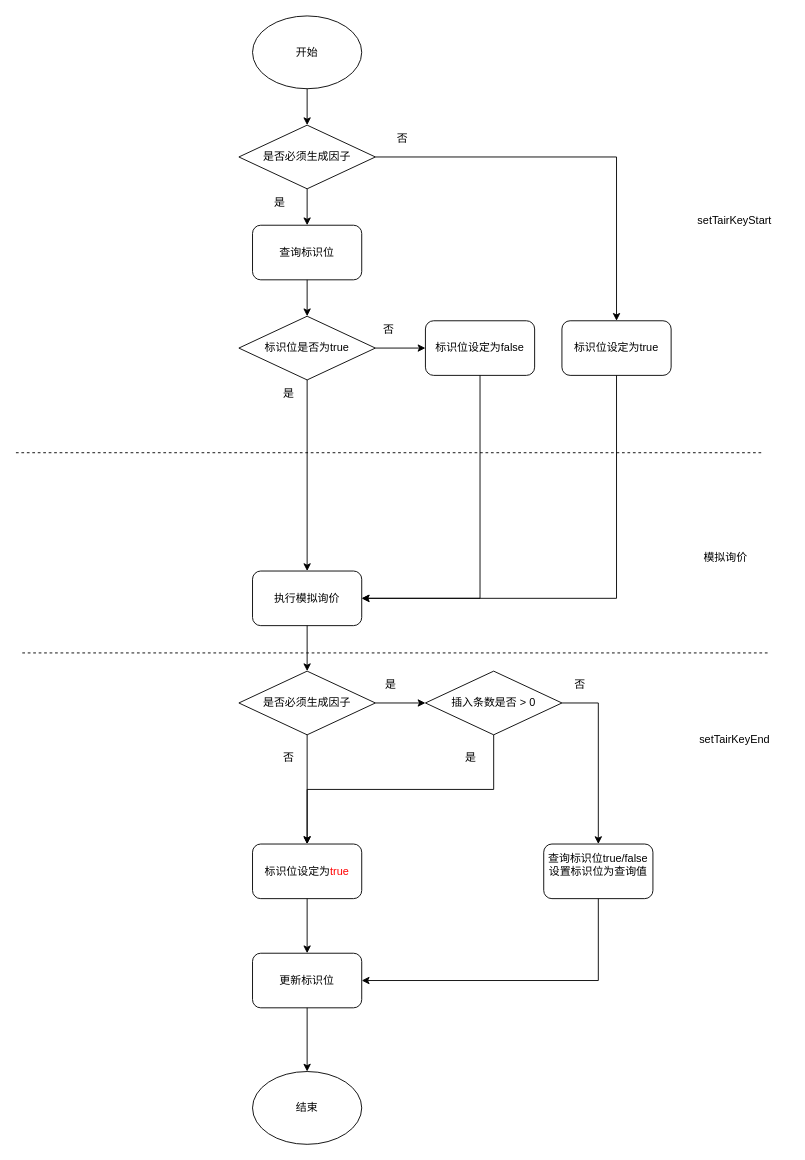
This is 组网标识位设定流程 的副本.drawio from heyrry/hello, a draw.io file, before an edit. Source tidied: cells renumbered, new cells numbered last; positions are measured from the earlier drawing's top-left corner, leaving out a move shared by most shapes. Both pictures are drawn from the tidied source at 91%, with x=0, y=0 at pixel (15, 15).
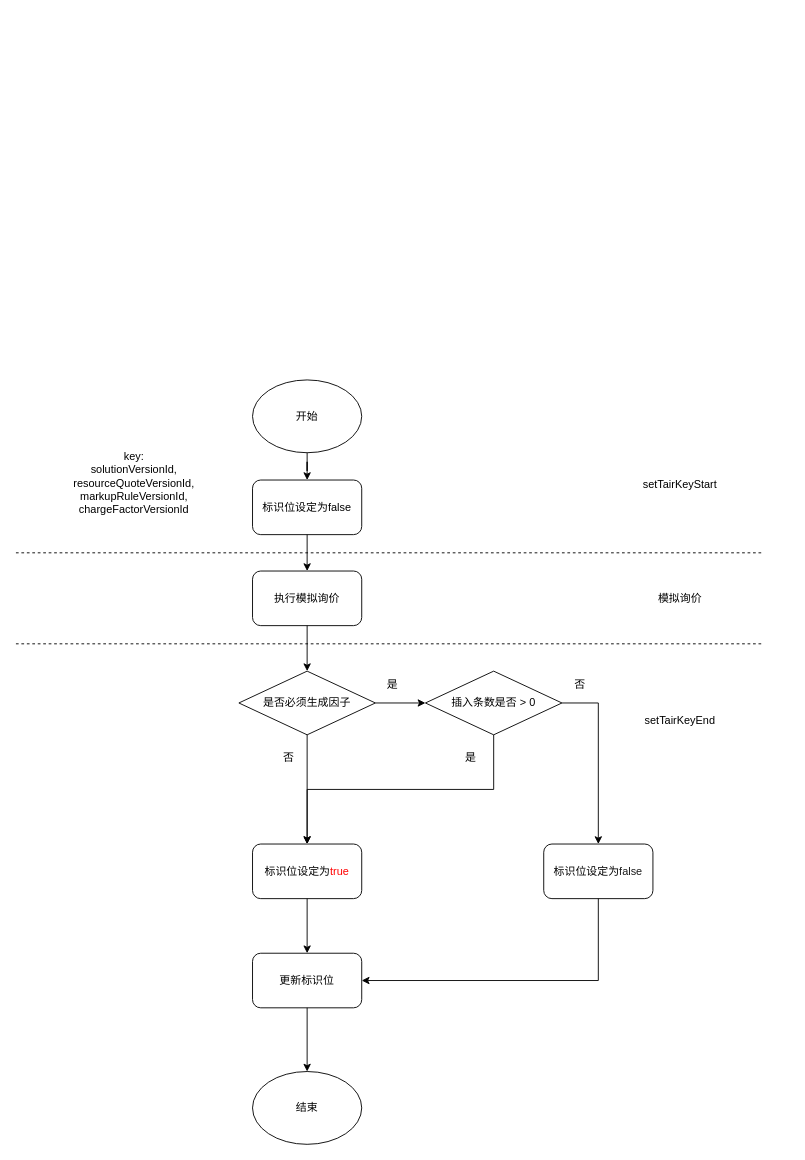
The same page after the edit.

Commit message:
已添加 组网标识位设定流程 的副本.drawio

The change refers to these unchanged cells:
```xml
<mxCell id="22" value="执行模拟询价" style="rounded=1;whiteSpace=wrap;html=1;fillColor=none;" parent="1" vertex="1">
  <mxGeometry x="260" y="610" width="120" height="60" as="geometry" />
</mxCell>
```

The edit, as a diff of the source:
```diff
@@
-    <mxCell id="2" style="edgeStyle=orthogonalEdgeStyle;rounded=0;jettySize=auto;html=1;exitX=0.5;exitY=1;exitDx=0;exitDy=0;entryX=0.5;entryY=0;entryDx=0;entryDy=0;" parent="1" edge="1" source="3" target="25">
-      <mxGeometry relative="1" as="geometry" />
-    </mxCell>
     <mxCell id="3" value="开始" style="ellipse;whiteSpace=wrap;html=1;fillColor=none;" parent="1" vertex="1">
-      <mxGeometry x="260" width="120" height="80" as="geometry" />
+      <mxGeometry x="260" y="400" width="120" height="80" as="geometry" />
     </mxCell>
@@
-    <mxCell id="10" value="查询标识位true/false&lt;div&gt;设置标识位为查询值&lt;br&gt;&lt;div&gt;&lt;br&gt;&lt;/div&gt;&lt;/div&gt;" style="rounded=1;whiteSpace=wrap;html=1;fillColor=none;" parent="1" vertex="1">
+    <mxCell id="10" value="标识位设定为&lt;font color=&quot;#1a1a1a&quot;&gt;false&lt;/font&gt;" style="rounded=1;whiteSpace=wrap;html=1;fillColor=none;" parent="1" vertex="1">
       <mxGeometry x="580" y="910" width="120" height="60" as="geometry" />
     </mxCell>
@@
     <mxCell id="18" value="是" style="text;html=1;align=center;verticalAlign=middle;whiteSpace=wrap;rounded=0;" parent="1" vertex="1">
-      <mxGeometry x="384" y="720" width="56" height="30" as="geometry" />
+      <mxGeometry x="384" y="720" width="60" height="30" as="geometry" />
     </mxCell>
@@
-    <mxCell id="23" style="edgeStyle=orthogonalEdgeStyle;rounded=0;jettySize=auto;html=1;exitX=0.5;exitY=1;exitDx=0;exitDy=0;entryX=0.5;entryY=0;entryDx=0;entryDy=0;" parent="1" edge="1" source="25" target="29">
-      <mxGeometry relative="1" as="geometry" />
-    </mxCell>
-    <mxCell id="24" style="edgeStyle=orthogonalEdgeStyle;rounded=0;jettySize=auto;html=1;exitX=1;exitY=0.5;exitDx=0;exitDy=0;entryX=0.5;entryY=0;entryDx=0;entryDy=0;" parent="1" edge="1" source="25" target="37">
-      <mxGeometry relative="1" as="geometry" />
-    </mxCell>
-    <mxCell id="25" value="是否必须生成因子" style="rhombus;whiteSpace=wrap;html=1;fillColor=none;" parent="1" vertex="1">
-      <mxGeometry x="245" y="120" width="150" height="70" as="geometry" />
-    </mxCell>
-    <mxCell id="26" value="是" style="text;html=1;align=center;verticalAlign=middle;whiteSpace=wrap;rounded=0;" parent="1" vertex="1">
-      <mxGeometry x="260" y="190" width="60" height="30" as="geometry" />
-    </mxCell>
-    <mxCell id="27" value="否" style="text;html=1;align=center;verticalAlign=middle;whiteSpace=wrap;rounded=0;" parent="1" vertex="1">
-      <mxGeometry x="395" y="120" width="60" height="30" as="geometry" />
-    </mxCell>
-    <mxCell id="28" style="edgeStyle=orthogonalEdgeStyle;rounded=0;jettySize=auto;html=1;exitX=0.5;exitY=1;exitDx=0;exitDy=0;entryX=0.5;entryY=0;entryDx=0;entryDy=0;" parent="1" edge="1" source="29" target="32">
-      <mxGeometry relative="1" as="geometry" />
-    </mxCell>
-    <mxCell id="29" value="查询标识位" style="rounded=1;whiteSpace=wrap;html=1;fillColor=none;" parent="1" vertex="1">
-      <mxGeometry x="260" y="230" width="120" height="60" as="geometry" />
-    </mxCell>
-    <mxCell id="30" style="edgeStyle=orthogonalEdgeStyle;rounded=0;jettySize=auto;html=1;exitX=0.5;exitY=1;exitDx=0;exitDy=0;entryX=0.5;entryY=0;entryDx=0;entryDy=0;" parent="1" edge="1" source="32" target="22">
-      <mxGeometry relative="1" as="geometry" />
-    </mxCell>
-    <mxCell id="31" style="edgeStyle=orthogonalEdgeStyle;rounded=0;jettySize=auto;html=1;exitX=1;exitY=0.5;exitDx=0;exitDy=0;entryX=0;entryY=0.5;entryDx=0;entryDy=0;" parent="1" edge="1" source="32" target="35">
-      <mxGeometry relative="1" as="geometry" />
-    </mxCell>
-    <mxCell id="32" value="标识位是否为true" style="rhombus;whiteSpace=wrap;html=1;fillColor=none;" parent="1" vertex="1">
-      <mxGeometry x="245" y="330" width="150" height="70" as="geometry" />
-    </mxCell>
-    <mxCell id="33" value="是" style="text;html=1;align=center;verticalAlign=middle;whiteSpace=wrap;rounded=0;" parent="1" vertex="1">
-      <mxGeometry x="270" y="400" width="60" height="30" as="geometry" />
-    </mxCell>
+    <mxCell id="44" style="edgeStyle=orthogonalEdgeStyle;rounded=0;jettySize=auto;html=1;exitX=0.5;exitY=1;exitDx=0;exitDy=0;" parent="1" edge="1" source="3" target="35">
+      <mxGeometry relative="1" as="geometry" />
+    </mxCell>
-    <mxCell id="34" style="edgeStyle=orthogonalEdgeStyle;rounded=0;jettySize=auto;html=1;exitX=0.5;exitY=1;exitDx=0;exitDy=0;entryX=1;entryY=0.5;entryDx=0;entryDy=0;" parent="1" edge="1" source="35" target="22">
+    <mxCell id="34" style="edgeStyle=orthogonalEdgeStyle;rounded=0;jettySize=auto;html=1;exitX=0.5;exitY=1;exitDx=0;exitDy=0;entryX=0.5;entryY=0;entryDx=0;entryDy=0;" parent="1" edge="1" source="35" target="22">
       <mxGeometry relative="1" as="geometry" />
     </mxCell>
     <mxCell id="35" value="标识位设定为false" style="rounded=1;whiteSpace=wrap;html=1;fillColor=none;" parent="1" vertex="1">
-      <mxGeometry x="450" y="335" width="120" height="60" as="geometry" />
+      <mxGeometry x="260" y="510" width="120" height="60" as="geometry" />
     </mxCell>
-    <mxCell id="36" style="edgeStyle=orthogonalEdgeStyle;rounded=0;jettySize=auto;html=1;exitX=0.5;exitY=1;exitDx=0;exitDy=0;" parent="1" edge="1" source="37">
-      <mxGeometry relative="1" as="geometry">
-        <mxPoint x="380" y="640" as="targetPoint" />
-        <Array as="points">
-          <mxPoint x="660" y="640" />
-        </Array>
-      </mxGeometry>
-    </mxCell>
-    <mxCell id="37" value="标识位设定为true" style="rounded=1;whiteSpace=wrap;html=1;fillColor=none;" parent="1" vertex="1">
-      <mxGeometry x="600" y="335" width="120" height="60" as="geometry" />
-    </mxCell>
-    <mxCell id="38" value="否" style="text;html=1;align=center;verticalAlign=middle;whiteSpace=wrap;rounded=0;" parent="1" vertex="1">
-      <mxGeometry x="380" y="330" width="60" height="30" as="geometry" />
-    </mxCell>
-    <mxCell id="39" style="endArrow=none;dashed=1;html=1;rounded=0;" parent="1" edge="1">
-      <mxGeometry relative="1" as="geometry">
-        <mxPoint y="480" as="sourcePoint" />
-        <mxPoint x="820" y="480" as="targetPoint" />
-      </mxGeometry>
-    </mxCell>
-    <mxCell id="40" style="endArrow=none;dashed=1;html=1;rounded=0;" parent="1" edge="1">
-      <mxGeometry relative="1" as="geometry">
-        <mxPoint x="7" y="700" as="sourcePoint" />
-        <mxPoint x="827" y="700" as="targetPoint" />
-      </mxGeometry>
-    </mxCell>
+    <mxCell id="45" style="endArrow=none;dashed=1;html=1;rounded=0;" parent="1" edge="1">
+      <mxGeometry relative="1" as="geometry">
+        <mxPoint y="590" as="sourcePoint" />
+        <mxPoint x="820" y="590" as="targetPoint" />
+      </mxGeometry>
+    </mxCell>
+    <mxCell id="46" style="endArrow=none;dashed=1;html=1;rounded=0;" parent="1" edge="1">
+      <mxGeometry relative="1" as="geometry">
+        <mxPoint y="690" as="sourcePoint" />
+        <mxPoint x="820" y="690" as="targetPoint" />
+      </mxGeometry>
+    </mxCell>
     <mxCell id="41" value="setTairKeyStart" style="text;html=1;align=center;verticalAlign=middle;whiteSpace=wrap;rounded=0;" parent="1" vertex="1">
-      <mxGeometry x="730" y="210" width="120" height="30" as="geometry" />
+      <mxGeometry x="670" y="500" width="120" height="30" as="geometry" />
     </mxCell>
+    <mxCell id="43" value="setTairKeyEnd" style="text;html=1;align=center;verticalAlign=middle;whiteSpace=wrap;rounded=0;" parent="1" vertex="1">
+      <mxGeometry x="670" y="760" width="120" height="30" as="geometry" />
+    </mxCell>
     <mxCell id="42" value="模拟询价" style="text;html=1;align=center;verticalAlign=middle;whiteSpace=wrap;rounded=0;" parent="1" vertex="1">
-      <mxGeometry x="720" y="580" width="120" height="30" as="geometry" />
+      <mxGeometry x="670" y="625" width="120" height="30" as="geometry" />
     </mxCell>
-    <mxCell id="43" value="setTairKeyEnd" style="text;html=1;align=center;verticalAlign=middle;whiteSpace=wrap;rounded=0;" parent="1" vertex="1">
-      <mxGeometry x="730" y="780" width="120" height="30" as="geometry" />
-    </mxCell>
+    <mxCell id="47" value="key:&lt;div&gt;&lt;span style=&quot;background-color: initial;&quot;&gt;solutionVersionId, resourceQuoteVersionId, markupRuleVersionId, chargeFactorVersionId&lt;/span&gt;&lt;/div&gt;&lt;div&gt;&lt;br&gt;&lt;/div&gt;&lt;div&gt;&lt;br&gt;&lt;div&gt;&lt;span style=&quot;background-color: initial;&quot;&gt;&lt;br&gt;&lt;/span&gt;&lt;/div&gt;&lt;/div&gt;" style="text;html=1;align=center;verticalAlign=middle;whiteSpace=wrap;rounded=0;" parent="1" vertex="1">
+      <mxGeometry x="40" y="480" width="180" height="110" as="geometry" />
+    </mxCell>
```
